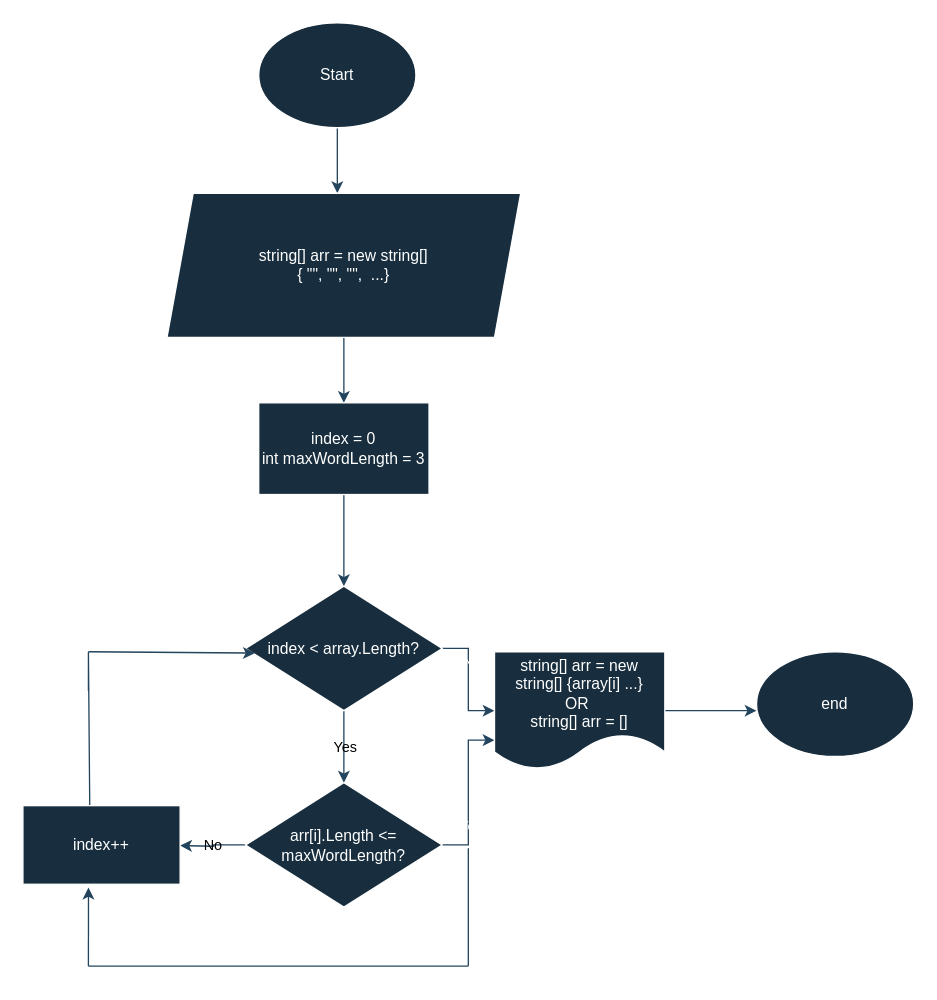
The draw.io diagram Диаграмма без названия.drawio in MargaritaKharokhorina/Task3, before the edit. Source tidied: cells renumbered, new cells numbered last; positions are measured from the earlier drawing's top-left corner, leaving out a move shared by most shapes. Both pictures are drawn from the tidied source at 131%, with x=0, y=0 at pixel (22, 22).
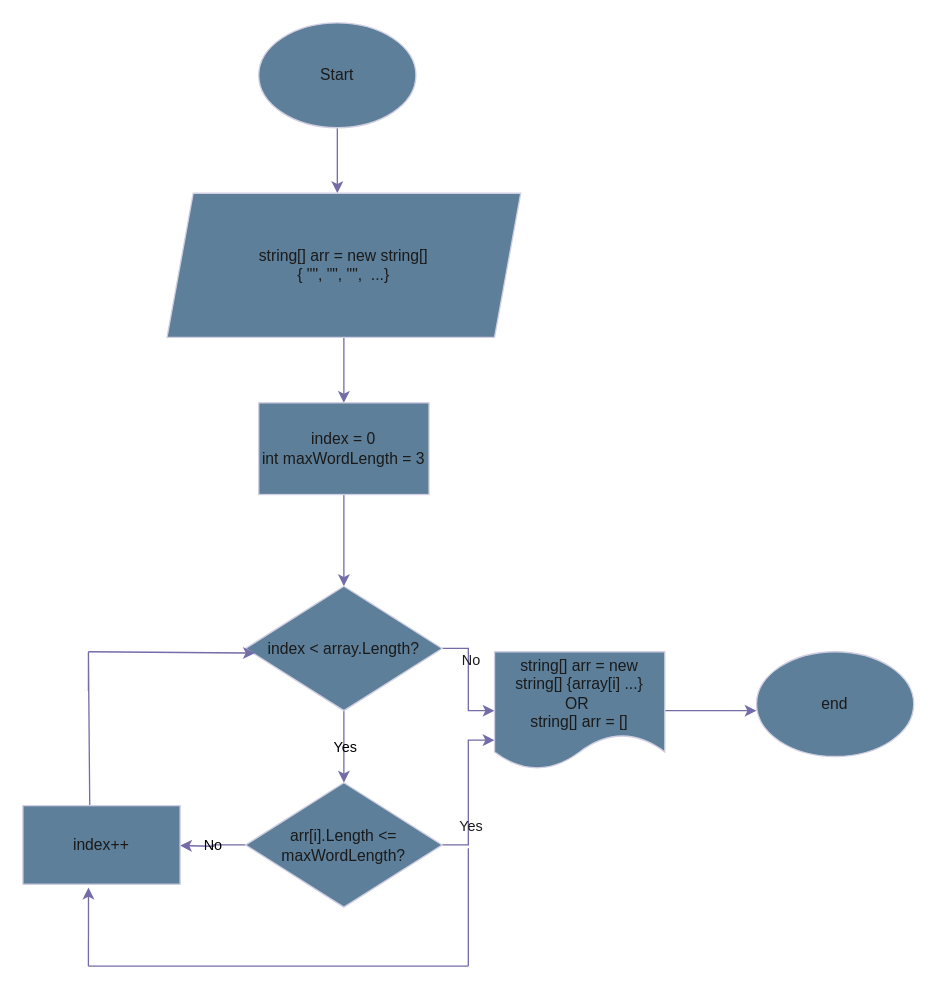
The same diagram, later.

The edit, as a diff of the source:
```diff
@@
-<mxGraphModel>
+<mxGraphModel background="#ffffff">
@@
-    <mxCell id="2" style="edgeStyle=orthogonalEdgeStyle;rounded=0;jettySize=auto;html=1;labelBackgroundColor=none;strokeColor=#23445D;fontColor=default;" parent="1" edge="1" source="3">
+    <mxCell id="2" style="edgeStyle=orthogonalEdgeStyle;rounded=0;jettySize=auto;html=1;labelBackgroundColor=none;strokeColor=#736CA8;fontColor=default;" parent="1" edge="1" source="3">
       <mxGeometry relative="1" as="geometry">
         <mxPoint x="240" y="130" as="targetPoint" />
       </mxGeometry>
     </mxCell>
-    <mxCell id="3" value="Start" style="ellipse;whiteSpace=wrap;html=1;labelBackgroundColor=none;fillColor=#182E3E;strokeColor=#FFFFFF;fontColor=#FFFFFF;" parent="1" vertex="1">
+    <mxCell id="3" value="Start" style="ellipse;whiteSpace=wrap;html=1;labelBackgroundColor=none;fillColor=#5D7F99;strokeColor=#D0CEE2;fontColor=#1A1A1A;" parent="1" vertex="1">
       <mxGeometry x="180" width="120" height="80" as="geometry" />
     </mxCell>
-    <mxCell id="4" style="edgeStyle=orthogonalEdgeStyle;rounded=0;jettySize=auto;html=1;labelBackgroundColor=none;strokeColor=#23445D;fontColor=default;" parent="1" edge="1" source="5">
+    <mxCell id="4" style="edgeStyle=orthogonalEdgeStyle;rounded=0;jettySize=auto;html=1;labelBackgroundColor=none;strokeColor=#736CA8;fontColor=default;" parent="1" edge="1" source="5">
       <mxGeometry relative="1" as="geometry">
         <mxPoint x="245" y="290" as="targetPoint" />
       </mxGeometry>
     </mxCell>
-    <mxCell id="5" value="string[] arr = new string[] &lt;br&gt;{ &quot;&quot;, &quot;&quot;, &quot;&quot;,&amp;nbsp; ...}" style="shape=parallelogram;perimeter=parallelogramPerimeter;whiteSpace=wrap;html=1;fixedSize=1;labelBackgroundColor=none;fillColor=#182E3E;strokeColor=#FFFFFF;fontColor=#FFFFFF;" parent="1" vertex="1">
+    <mxCell id="5" value="string[] arr = new string[] &lt;br&gt;{ &quot;&quot;, &quot;&quot;, &quot;&quot;,&amp;nbsp; ...}" style="shape=parallelogram;perimeter=parallelogramPerimeter;whiteSpace=wrap;html=1;fixedSize=1;labelBackgroundColor=none;fillColor=#5D7F99;strokeColor=#D0CEE2;fontColor=#1A1A1A;" parent="1" vertex="1">
       <mxGeometry x="110" y="130" width="270" height="110" as="geometry" />
     </mxCell>
-    <mxCell id="6" style="edgeStyle=orthogonalEdgeStyle;rounded=0;jettySize=auto;html=1;labelBackgroundColor=none;strokeColor=#23445D;fontColor=default;" parent="1" edge="1" source="7" target="11">
+    <mxCell id="6" style="edgeStyle=orthogonalEdgeStyle;rounded=0;jettySize=auto;html=1;labelBackgroundColor=none;strokeColor=#736CA8;fontColor=default;" parent="1" edge="1" source="7" target="11">
       <mxGeometry relative="1" as="geometry">
         <Array as="points">
           <mxPoint x="250" y="430" />
           <mxPoint x="250" y="430" />
         </Array>
       </mxGeometry>
     </mxCell>
-    <mxCell id="7" value="index = 0&lt;br&gt;int maxWordLength = 3" style="whiteSpace=wrap;html=1;labelBackgroundColor=none;fillColor=#182E3E;strokeColor=#FFFFFF;fontColor=#FFFFFF;" parent="1" vertex="1">
+    <mxCell id="7" value="index = 0&lt;br&gt;int maxWordLength = 3" style="whiteSpace=wrap;html=1;labelBackgroundColor=none;fillColor=#5D7F99;strokeColor=#D0CEE2;fontColor=#1A1A1A;" parent="1" vertex="1">
       <mxGeometry x="180" y="290" width="130" height="70" as="geometry" />
     </mxCell>
-    <mxCell id="8" value="Yes" style="edgeStyle=orthogonalEdgeStyle;rounded=0;jettySize=auto;html=1;labelBackgroundColor=none;strokeColor=#23445D;fontColor=default;" parent="1" edge="1" source="11">
+    <mxCell id="8" value="Yes" style="edgeStyle=orthogonalEdgeStyle;rounded=0;jettySize=auto;html=1;labelBackgroundColor=none;strokeColor=#736CA8;fontColor=default;" parent="1" edge="1" source="11">
       <mxGeometry relative="1" as="geometry">
         <mxPoint x="245" y="580" as="targetPoint" />
       </mxGeometry>
     </mxCell>
-    <mxCell id="9" style="edgeStyle=orthogonalEdgeStyle;rounded=0;jettySize=auto;html=1;labelBackgroundColor=none;strokeColor=#23445D;fontColor=default;" parent="1" edge="1" source="11" target="17">
+    <mxCell id="9" style="edgeStyle=orthogonalEdgeStyle;rounded=0;jettySize=auto;html=1;labelBackgroundColor=none;strokeColor=#736CA8;fontColor=default;" parent="1" edge="1" source="11" target="17">
       <mxGeometry relative="1" as="geometry" />
     </mxCell>
-    <mxCell id="10" value="No" style="edgeLabel;html=1;align=center;verticalAlign=middle;labelBackgroundColor=none;fontColor=#FFFFFF;" parent="9" vertex="1">
+    <mxCell id="10" value="No" style="edgeLabel;html=1;align=center;verticalAlign=middle;labelBackgroundColor=none;fontColor=#1A1A1A;" parent="9" vertex="1">
       <mxGeometry x="-0.33" y="1" relative="1" as="geometry" />
     </mxCell>
-    <mxCell id="11" value="index &amp;lt; array.Length?" style="rhombus;whiteSpace=wrap;html=1;labelBackgroundColor=none;fillColor=#182E3E;strokeColor=#FFFFFF;fontColor=#FFFFFF;" parent="1" vertex="1">
+    <mxCell id="11" value="index &amp;lt; array.Length?" style="rhombus;whiteSpace=wrap;html=1;labelBackgroundColor=none;fillColor=#5D7F99;strokeColor=#D0CEE2;fontColor=#1A1A1A;" parent="1" vertex="1">
       <mxGeometry x="170" y="430" width="150" height="95" as="geometry" />
     </mxCell>
-    <mxCell id="12" style="edgeStyle=orthogonalEdgeStyle;rounded=0;jettySize=auto;html=1;entryX=0;entryY=0.75;entryDx=0;entryDy=0;labelBackgroundColor=none;strokeColor=#23445D;fontColor=default;" parent="1" edge="1" source="15" target="17">
+    <mxCell id="12" style="edgeStyle=orthogonalEdgeStyle;rounded=0;jettySize=auto;html=1;entryX=0;entryY=0.75;entryDx=0;entryDy=0;labelBackgroundColor=none;strokeColor=#736CA8;fontColor=default;" parent="1" edge="1" source="15" target="17">
       <mxGeometry relative="1" as="geometry" />
     </mxCell>
-    <mxCell id="13" value="Yes" style="edgeLabel;html=1;align=center;verticalAlign=middle;labelBackgroundColor=none;fontColor=#FFFFFF;" parent="12" vertex="1">
+    <mxCell id="13" value="Yes" style="edgeLabel;html=1;align=center;verticalAlign=middle;labelBackgroundColor=none;fontColor=#1A1A1A;" parent="12" vertex="1">
       <mxGeometry x="-0.4" y="-1" relative="1" as="geometry">
         <mxPoint y="1" as="offset" />
       </mxGeometry>
     </mxCell>
-    <mxCell id="14" value="No" style="edgeStyle=orthogonalEdgeStyle;rounded=0;jettySize=auto;html=1;labelBackgroundColor=none;strokeColor=#23445D;fontColor=default;" parent="1" edge="1" source="15">
+    <mxCell id="14" value="No" style="edgeStyle=orthogonalEdgeStyle;rounded=0;jettySize=auto;html=1;labelBackgroundColor=none;strokeColor=#736CA8;fontColor=default;" parent="1" edge="1" source="15">
       <mxGeometry relative="1" as="geometry">
         <mxPoint x="120" y="628" as="targetPoint" />
       </mxGeometry>
     </mxCell>
-    <mxCell id="15" value="arr[i].Length &amp;lt;= maxWordLength?" style="rhombus;whiteSpace=wrap;html=1;labelBackgroundColor=none;fillColor=#182E3E;strokeColor=#FFFFFF;fontColor=#FFFFFF;" parent="1" vertex="1">
+    <mxCell id="15" value="arr[i].Length &amp;lt;= maxWordLength?" style="rhombus;whiteSpace=wrap;html=1;labelBackgroundColor=none;fillColor=#5D7F99;strokeColor=#D0CEE2;fontColor=#1A1A1A;" parent="1" vertex="1">
       <mxGeometry x="170" y="580" width="150" height="95" as="geometry" />
     </mxCell>
-    <mxCell id="16" style="edgeStyle=orthogonalEdgeStyle;rounded=0;jettySize=auto;html=1;labelBackgroundColor=none;strokeColor=#23445D;fontColor=default;" parent="1" edge="1" source="17">
+    <mxCell id="16" style="edgeStyle=orthogonalEdgeStyle;rounded=0;jettySize=auto;html=1;labelBackgroundColor=none;strokeColor=#736CA8;fontColor=default;" parent="1" edge="1" source="17">
       <mxGeometry relative="1" as="geometry">
         <mxPoint x="560" y="525" as="targetPoint" />
       </mxGeometry>
     </mxCell>
-    <mxCell id="17" value="string[] arr = new string[] {array[i] ...}&lt;br&gt;OR&amp;nbsp;&lt;br&gt;string[] arr = []" style="shape=document;whiteSpace=wrap;html=1;boundedLbl=1;labelBackgroundColor=none;fillColor=#182E3E;strokeColor=#FFFFFF;fontColor=#FFFFFF;" parent="1" vertex="1">
+    <mxCell id="17" value="string[] arr = new string[] {array[i] ...}&lt;br&gt;OR&amp;nbsp;&lt;br&gt;string[] arr = []" style="shape=document;whiteSpace=wrap;html=1;boundedLbl=1;labelBackgroundColor=none;fillColor=#5D7F99;strokeColor=#D0CEE2;fontColor=#1A1A1A;" parent="1" vertex="1">
       <mxGeometry x="360" y="480" width="130" height="90" as="geometry" />
     </mxCell>
-    <mxCell id="18" value="index++" style="whiteSpace=wrap;html=1;labelBackgroundColor=none;fillColor=#182E3E;strokeColor=#FFFFFF;fontColor=#FFFFFF;" parent="1" vertex="1">
+    <mxCell id="18" value="index++" style="whiteSpace=wrap;html=1;labelBackgroundColor=none;fillColor=#5D7F99;strokeColor=#D0CEE2;fontColor=#1A1A1A;" parent="1" vertex="1">
       <mxGeometry y="597.5" width="120" height="60" as="geometry" />
     </mxCell>
-    <mxCell id="19" style="endArrow=none;html=1;rounded=0;labelBackgroundColor=none;strokeColor=#23445D;fontColor=default;" parent="1" edge="1">
+    <mxCell id="19" style="endArrow=none;html=1;rounded=0;labelBackgroundColor=none;strokeColor=#736CA8;fontColor=default;" parent="1" edge="1">
       <mxGeometry x="-0.52" y="60" relative="1" as="geometry">
         <mxPoint x="340" y="720" as="sourcePoint" />
         <mxPoint x="340" y="630" as="targetPoint" />
         <Array as="points">
           <mxPoint x="340" y="700" />
         </Array>
       </mxGeometry>
     </mxCell>
-    <mxCell id="20" style="endArrow=none;html=1;rounded=0;labelBackgroundColor=none;strokeColor=#23445D;fontColor=default;" parent="1" edge="1">
+    <mxCell id="20" style="endArrow=none;html=1;rounded=0;labelBackgroundColor=none;strokeColor=#736CA8;fontColor=default;" parent="1" edge="1">
       <mxGeometry relative="1" as="geometry">
         <mxPoint x="50" y="720" as="sourcePoint" />
         <mxPoint x="340" y="720" as="targetPoint" />
         <Array as="points">
           <mxPoint x="240" y="720" />
         </Array>
       </mxGeometry>
     </mxCell>
-    <mxCell id="21" style="endArrow=classic;html=1;rounded=0;entryX=0.417;entryY=1.042;entryDx=0;entryDy=0;entryPerimeter=0;labelBackgroundColor=none;strokeColor=#23445D;fontColor=default;" parent="1" edge="1" target="18">
+    <mxCell id="21" style="endArrow=classic;html=1;rounded=0;entryX=0.417;entryY=1.042;entryDx=0;entryDy=0;entryPerimeter=0;labelBackgroundColor=none;strokeColor=#736CA8;fontColor=default;" parent="1" edge="1" target="18">
       <mxGeometry x="0.71" y="-50" relative="1" as="geometry">
         <mxPoint x="50" y="720" as="sourcePoint" />
       </mxGeometry>
     </mxCell>
-    <mxCell id="22" style="endArrow=none;html=1;rounded=0;exitX=0.425;exitY=-0.008;exitDx=0;exitDy=0;exitPerimeter=0;labelBackgroundColor=none;strokeColor=#23445D;fontColor=default;" parent="1" edge="1" source="18">
+    <mxCell id="22" style="endArrow=none;html=1;rounded=0;exitX=0.425;exitY=-0.008;exitDx=0;exitDy=0;exitPerimeter=0;labelBackgroundColor=none;strokeColor=#736CA8;fontColor=default;" parent="1" edge="1" source="18">
       <mxGeometry relative="1" as="geometry">
         <mxPoint x="50" y="510" as="targetPoint" />
         <Array as="points">
           <mxPoint x="50" y="480" />
         </Array>
       </mxGeometry>
     </mxCell>
-    <mxCell id="23" style="endArrow=classic;html=1;rounded=0;entryX=0.047;entryY=0.537;entryDx=0;entryDy=0;entryPerimeter=0;labelBackgroundColor=none;strokeColor=#23445D;fontColor=default;" parent="1" edge="1" target="11">
+    <mxCell id="23" style="endArrow=classic;html=1;rounded=0;entryX=0.047;entryY=0.537;entryDx=0;entryDy=0;entryPerimeter=0;labelBackgroundColor=none;strokeColor=#736CA8;fontColor=default;" parent="1" edge="1" target="11">
       <mxGeometry relative="1" as="geometry">
         <mxPoint x="50" y="480" as="sourcePoint" />
       </mxGeometry>
     </mxCell>
-    <mxCell id="24" value="end" style="ellipse;whiteSpace=wrap;html=1;labelBackgroundColor=none;fillColor=#182E3E;strokeColor=#FFFFFF;fontColor=#FFFFFF;" parent="1" vertex="1">
+    <mxCell id="24" value="end" style="ellipse;whiteSpace=wrap;html=1;labelBackgroundColor=none;fillColor=#5D7F99;strokeColor=#D0CEE2;fontColor=#1A1A1A;" parent="1" vertex="1">
       <mxGeometry x="560" y="480" width="120" height="80" as="geometry" />
     </mxCell>
```
